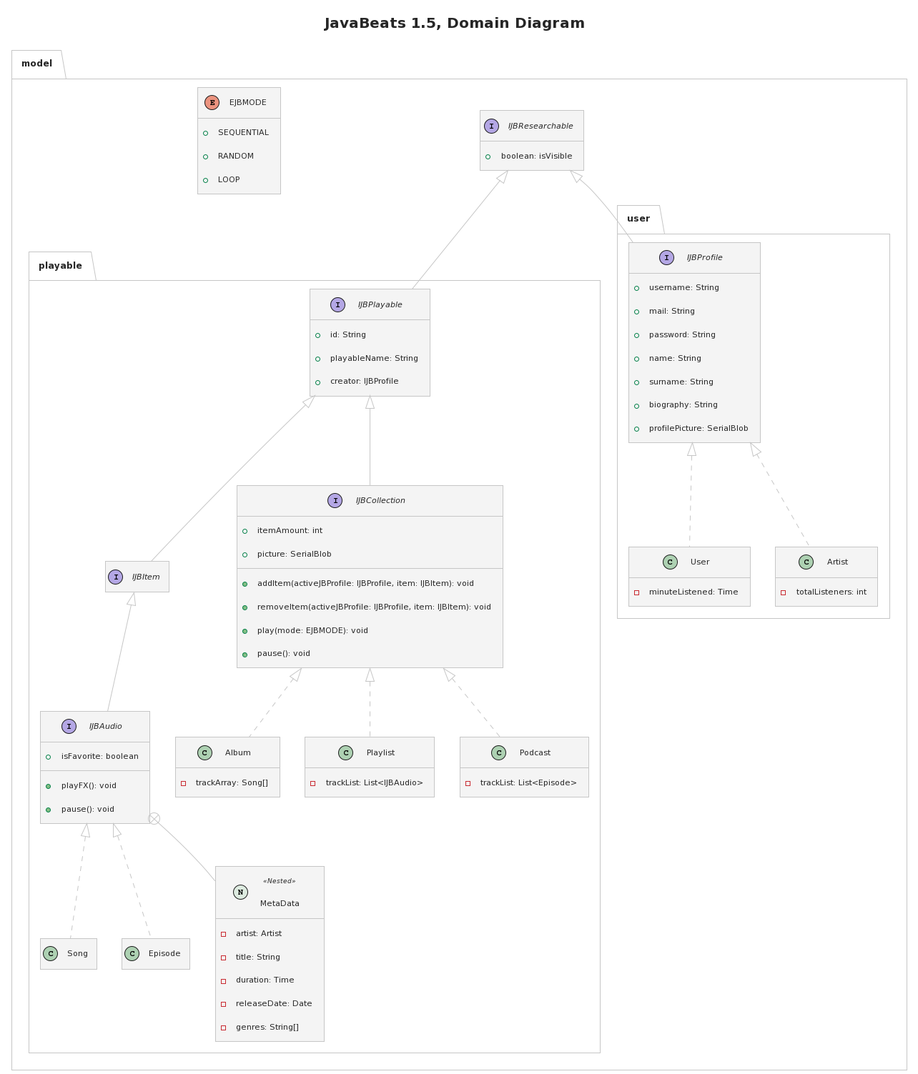
Before: doc/UML/UML.png, a diagram exported from PlantUML (IngSW-unipv/Progetto-B24).
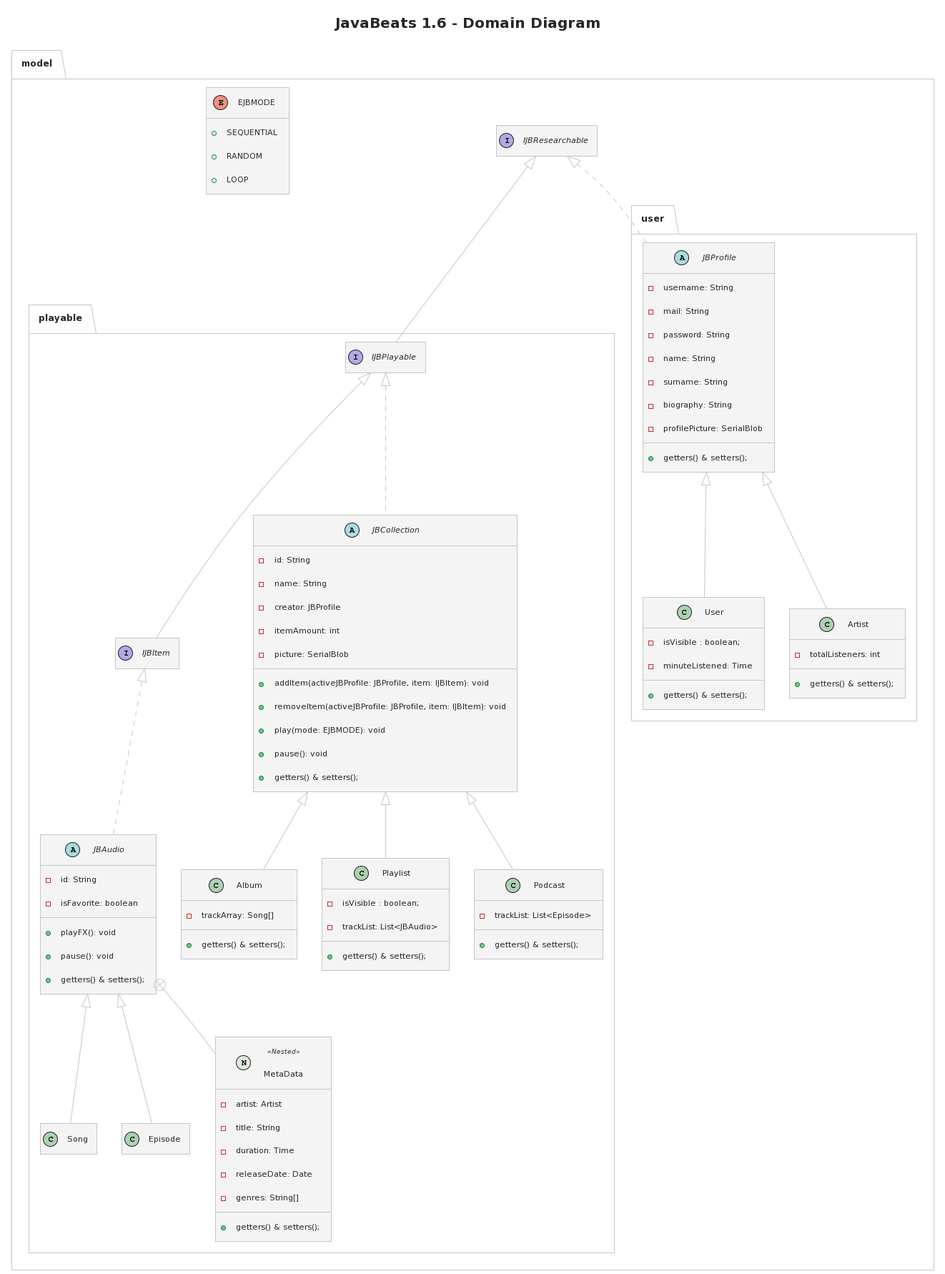
After the commit.

Diff of the diagram source:
```diff
@@ -1,7 +1,7 @@
 @startuml
 !theme carbon-gray
 
-title JavaBeats 1.5, Domain Diagram
+title JavaBeats 1.6 - Domain Diagram
 
 !true = 1
 !false = 0
@@ -10,8 +10,8 @@
 
 package model{
   interface IJBResearchable{
-    + boolean: isVisible
   }
+
   enum EJBMODE{
     + SEQUENTIAL
     + RANDOM
@@ -19,26 +19,24 @@
   }
 
   package playable{
-    interface IJBPlayable implements model.IJBResearchable{
-      + id: String
-      + playableName: String
-      + creator: IJBProfile
+    interface IJBPlayable extends model.IJBResearchable{
     }
 
     interface IJBItem extends IJBPlayable{
     }
 
-    interface IJBAudio extends IJBItem{
-      + isFavorite: boolean
+    abstract class JBAudio implements IJBItem{
+      - id: String
+      - isFavorite: boolean
       + playFX(): void
       + pause(): void
+      + getters() & setters();
     }
 
-    class Song implements IJBAudio{
+    class Song extends JBAudio{
+    }
 
-    }
-    class Episode implements IJBAudio{
-
+    class Episode extends JBAudio{
     }
 
     class MetaData << (N, #DDEBE0) Nested >> {
@@ -47,57 +45,73 @@
       - duration: Time
       - releaseDate: Date
       - genres: String[]
+      + getters() & setters();
     }
 
-    interface IJBCollection extends IJBPlayable{
-      + itemAmount: int
-      + picture: SerialBlob
-      + addItem(activeJBProfile: IJBProfile, item: IJBItem): void
-      + removeItem(activeJBProfile: IJBProfile, item: IJBItem): void
+    abstract class JBCollection implements IJBPlayable{
+      - id: String
+      - name: String
+      - creator: JBProfile
+      - itemAmount: int
+      - picture: SerialBlob
+      + addItem(activeJBProfile: JBProfile, item: IJBItem): void
+      + removeItem(activeJBProfile: JBProfile, item: IJBItem): void
       + play(mode: EJBMODE): void
       + pause(): void
+      + getters() & setters();
     }
 
-    class Album implements IJBCollection{
+    class Album extends JBCollection{
       - trackArray: Song[]
+      + getters() & setters();
     }
 
-    class Playlist implements IJBCollection{
-      - trackList: List<IJBAudio>
+    class Playlist extends JBCollection{
+      - isVisible : boolean;
+      - trackList: List<JBAudio>
+      + getters() & setters();
     }
 
-    class Podcast implements IJBCollection{
+    class Podcast extends JBCollection{
       - trackList: List<Episode>
+      + getters() & setters();
     }
   }
 
   package user{
-    interface IJBProfile implements model.IJBResearchable{
-      + username: String
-      + mail: String
-      + password: String
-      + name: String
-      + surname: String
-      + biography: String
-      + profilePicture: SerialBlob
+    abstract class JBProfile implements model.IJBResearchable{
+      - username: String
+      - mail: String
+      - password: String
+      - name: String
+      - surname: String
+      - biography: String
+      - profilePicture: SerialBlob
+      + getters() & setters();
     }
-    class User implements IJBProfile{
+
+    class User extends JBProfile{
+      - isVisible : boolean;
       - minuteListened: Time
+      + getters() & setters();
     }
-    class Artist implements IJBProfile{
+
+    class Artist extends JBProfile{
       - totalListeners: int
+      + getters() & setters();
     }
+
   }
 }
 
 !if (compositions)
   Album *-- Song
-  Playlist *-- IJBAudio
+  Playlist *-- JBAudio
   Podcast *-- Episode
 !endif
 
 !if (nesteds)
-  IJBAudio +-- MetaData
+  JBAudio +-- MetaData
 !endif
 
 hide empty fields
```
